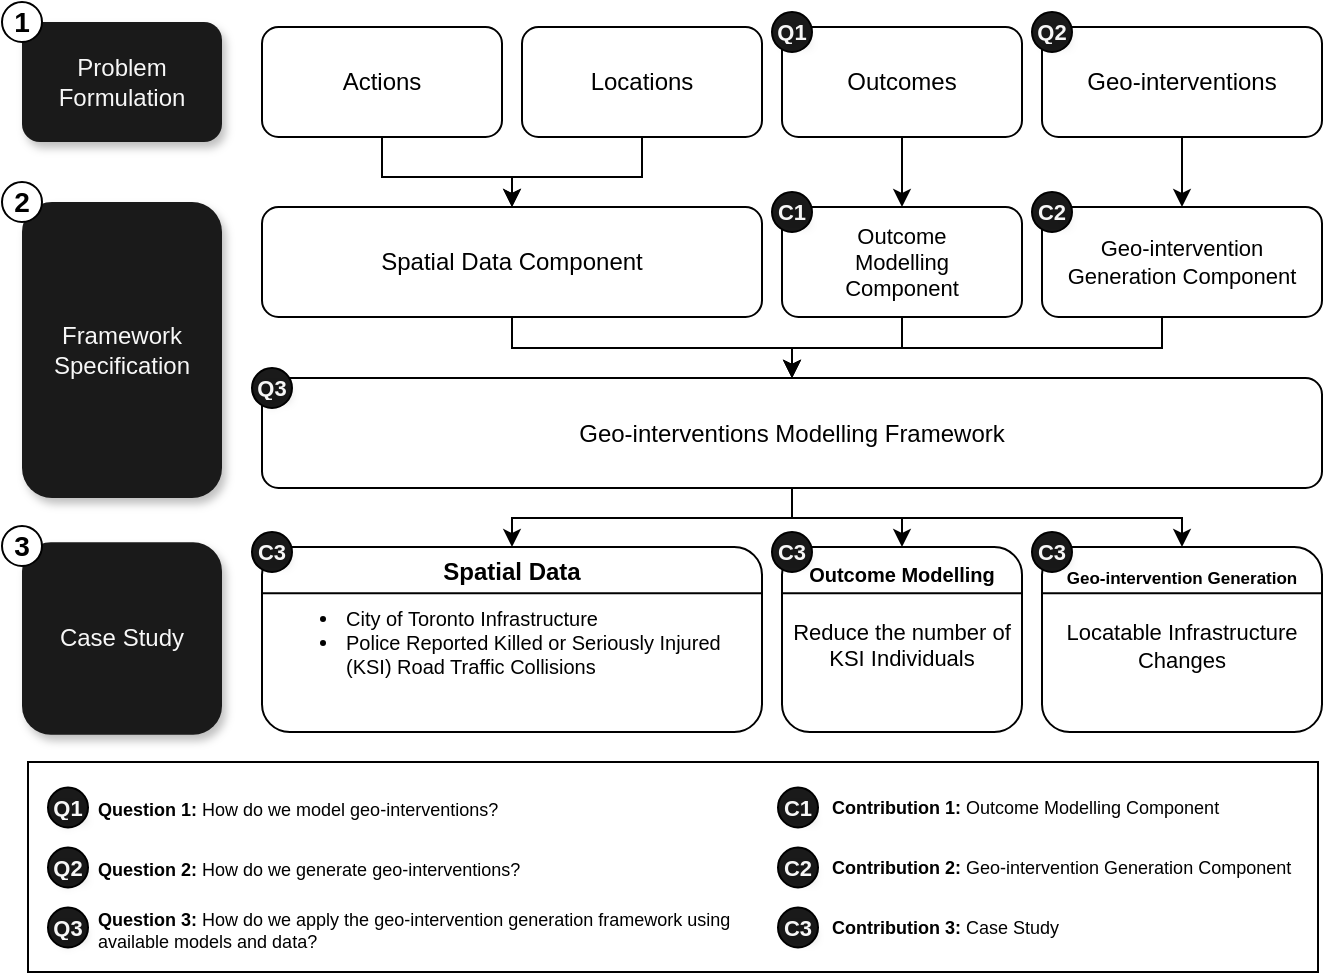
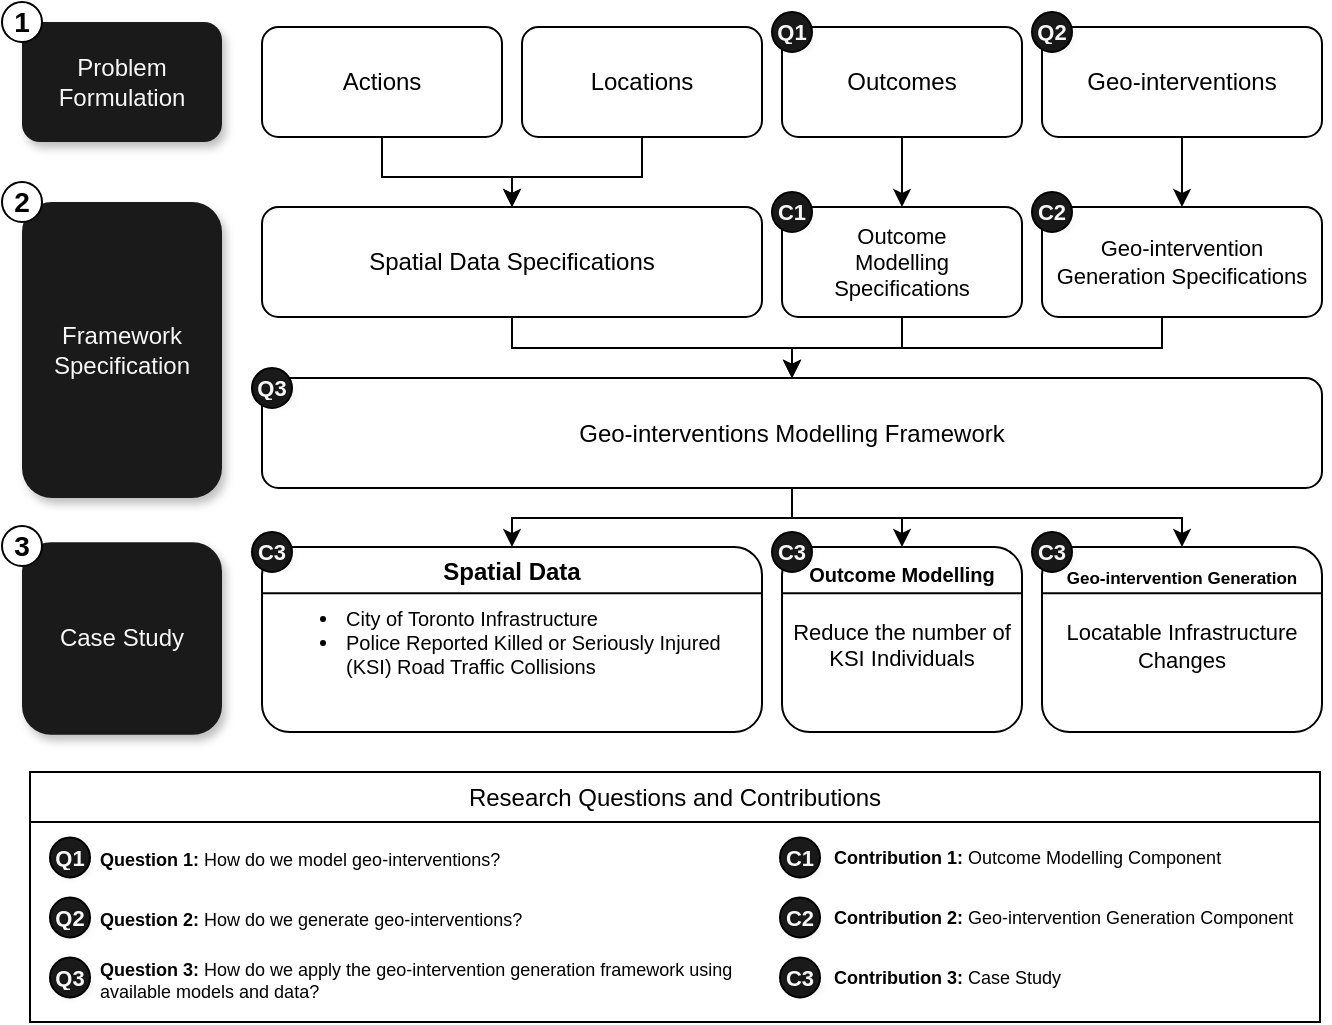
<mxfile host="Electron" agent="Mozilla/5.0 (Macintosh; Intel Mac OS X 10_15_7) AppleWebKit/537.36 (KHTML, like Gecko) draw.io/25.0.2 Chrome/128.0.6613.186 Electron/32.2.5 Safari/537.36" version="25.0.2">
  <diagram name="Page-1" id="0qjr7ZUGg_4bMqxcBNFo">
-     <mxGraphModel dx="1158" dy="774" grid="1" gridSize="5" guides="1" tooltips="1" connect="1" arrows="1" fold="1" page="1" pageScale="1" pageWidth="675" pageHeight="500" math="0" shadow="0">
+     <mxGraphModel dx="984" dy="658" grid="1" gridSize="5" guides="1" tooltips="1" connect="1" arrows="1" fold="1" page="1" pageScale="1" pageWidth="675" pageHeight="525" math="0" shadow="0">
      <root>
        <mxCell id="0" />
        <mxCell id="1" parent="0" />
-         <mxCell id="xfSVQfPkWPObZ8wr6tTD-67" value="" style="rounded=0;whiteSpace=wrap;html=1;" vertex="1" parent="1">
-           <mxGeometry x="19" y="385" width="645" height="105" as="geometry" />
-         </mxCell>
-         <mxCell id="xfSVQfPkWPObZ8wr6tTD-12" value="Problem Formulation" style="rounded=1;whiteSpace=wrap;html=1;fillColor=#1A1A1A;strokeColor=none;shadow=1;fontColor=#F7F7F7;" vertex="1" parent="1">
+         <mxCell id="xfSVQfPkWPObZ8wr6tTD-67" value="" style="rounded=0;whiteSpace=wrap;html=1;" parent="1" vertex="1">
+           <mxGeometry x="20" y="415" width="645" height="100" as="geometry" />
+         </mxCell>
+         <mxCell id="xfSVQfPkWPObZ8wr6tTD-12" value="Problem Formulation" style="rounded=1;whiteSpace=wrap;html=1;fillColor=#1A1A1A;strokeColor=none;shadow=1;fontColor=#F7F7F7;" parent="1" vertex="1">
          <mxGeometry x="16" y="15" width="100" height="60" as="geometry" />
        </mxCell>
-         <mxCell id="xfSVQfPkWPObZ8wr6tTD-13" value="Framework Specification" style="rounded=1;whiteSpace=wrap;html=1;fillColor=#1A1A1A;strokeColor=none;shadow=1;fontColor=#F7F7F7;" vertex="1" parent="1">
+         <mxCell id="xfSVQfPkWPObZ8wr6tTD-13" value="Framework Specification" style="rounded=1;whiteSpace=wrap;html=1;fillColor=#1A1A1A;strokeColor=none;shadow=1;fontColor=#F7F7F7;" parent="1" vertex="1">
          <mxGeometry x="16" y="105" width="100" height="148" as="geometry" />
        </mxCell>
-         <mxCell id="xfSVQfPkWPObZ8wr6tTD-26" style="edgeStyle=orthogonalEdgeStyle;rounded=0;orthogonalLoop=1;jettySize=auto;html=1;entryX=0.5;entryY=0;entryDx=0;entryDy=0;" edge="1" parent="1" source="xfSVQfPkWPObZ8wr6tTD-16" target="xfSVQfPkWPObZ8wr6tTD-21">
-           <mxGeometry relative="1" as="geometry" />
-         </mxCell>
-         <mxCell id="xfSVQfPkWPObZ8wr6tTD-16" value="Actions" style="rounded=1;whiteSpace=wrap;html=1;" vertex="1" parent="1">
+         <mxCell id="xfSVQfPkWPObZ8wr6tTD-26" style="edgeStyle=orthogonalEdgeStyle;rounded=0;orthogonalLoop=1;jettySize=auto;html=1;entryX=0.5;entryY=0;entryDx=0;entryDy=0;" parent="1" source="xfSVQfPkWPObZ8wr6tTD-16" target="xfSVQfPkWPObZ8wr6tTD-21" edge="1">
+           <mxGeometry relative="1" as="geometry" />
+         </mxCell>
+         <mxCell id="xfSVQfPkWPObZ8wr6tTD-16" value="Actions" style="rounded=1;whiteSpace=wrap;html=1;" parent="1" vertex="1">
          <mxGeometry x="136" y="17.5" width="120" height="55" as="geometry" />
        </mxCell>
-         <mxCell id="xfSVQfPkWPObZ8wr6tTD-27" style="edgeStyle=orthogonalEdgeStyle;rounded=0;orthogonalLoop=1;jettySize=auto;html=1;" edge="1" parent="1" source="xfSVQfPkWPObZ8wr6tTD-17" target="xfSVQfPkWPObZ8wr6tTD-21">
-           <mxGeometry relative="1" as="geometry" />
-         </mxCell>
-         <mxCell id="xfSVQfPkWPObZ8wr6tTD-17" value="Locations" style="rounded=1;whiteSpace=wrap;html=1;" vertex="1" parent="1">
+         <mxCell id="xfSVQfPkWPObZ8wr6tTD-27" style="edgeStyle=orthogonalEdgeStyle;rounded=0;orthogonalLoop=1;jettySize=auto;html=1;" parent="1" source="xfSVQfPkWPObZ8wr6tTD-17" target="xfSVQfPkWPObZ8wr6tTD-21" edge="1">
+           <mxGeometry relative="1" as="geometry" />
+         </mxCell>
+         <mxCell id="xfSVQfPkWPObZ8wr6tTD-17" value="Locations" style="rounded=1;whiteSpace=wrap;html=1;" parent="1" vertex="1">
          <mxGeometry x="266" y="17.5" width="120" height="55" as="geometry" />
        </mxCell>
-         <mxCell id="xfSVQfPkWPObZ8wr6tTD-28" style="edgeStyle=orthogonalEdgeStyle;rounded=0;orthogonalLoop=1;jettySize=auto;html=1;entryX=0.5;entryY=0;entryDx=0;entryDy=0;" edge="1" parent="1" source="xfSVQfPkWPObZ8wr6tTD-18" target="xfSVQfPkWPObZ8wr6tTD-22">
-           <mxGeometry relative="1" as="geometry" />
-         </mxCell>
-         <mxCell id="xfSVQfPkWPObZ8wr6tTD-18" value="Outcomes" style="rounded=1;whiteSpace=wrap;html=1;" vertex="1" parent="1">
+         <mxCell id="xfSVQfPkWPObZ8wr6tTD-28" style="edgeStyle=orthogonalEdgeStyle;rounded=0;orthogonalLoop=1;jettySize=auto;html=1;entryX=0.5;entryY=0;entryDx=0;entryDy=0;" parent="1" source="xfSVQfPkWPObZ8wr6tTD-18" target="xfSVQfPkWPObZ8wr6tTD-22" edge="1">
+           <mxGeometry relative="1" as="geometry" />
+         </mxCell>
+         <mxCell id="xfSVQfPkWPObZ8wr6tTD-18" value="Outcomes" style="rounded=1;whiteSpace=wrap;html=1;" parent="1" vertex="1">
          <mxGeometry x="396" y="17.5" width="120" height="55" as="geometry" />
        </mxCell>
-         <mxCell id="xfSVQfPkWPObZ8wr6tTD-29" style="edgeStyle=orthogonalEdgeStyle;rounded=0;orthogonalLoop=1;jettySize=auto;html=1;entryX=0.5;entryY=0;entryDx=0;entryDy=0;" edge="1" parent="1" source="xfSVQfPkWPObZ8wr6tTD-19" target="xfSVQfPkWPObZ8wr6tTD-23">
-           <mxGeometry relative="1" as="geometry" />
-         </mxCell>
-         <mxCell id="xfSVQfPkWPObZ8wr6tTD-19" value="Geo-interventions" style="rounded=1;whiteSpace=wrap;html=1;" vertex="1" parent="1">
+         <mxCell id="xfSVQfPkWPObZ8wr6tTD-29" style="edgeStyle=orthogonalEdgeStyle;rounded=0;orthogonalLoop=1;jettySize=auto;html=1;entryX=0.5;entryY=0;entryDx=0;entryDy=0;" parent="1" source="xfSVQfPkWPObZ8wr6tTD-19" target="xfSVQfPkWPObZ8wr6tTD-23" edge="1">
+           <mxGeometry relative="1" as="geometry" />
+         </mxCell>
+         <mxCell id="xfSVQfPkWPObZ8wr6tTD-19" value="Geo-interventions" style="rounded=1;whiteSpace=wrap;html=1;" parent="1" vertex="1">
          <mxGeometry x="526" y="17.5" width="140" height="55" as="geometry" />
        </mxCell>
-         <mxCell id="xfSVQfPkWPObZ8wr6tTD-46" style="edgeStyle=orthogonalEdgeStyle;rounded=0;orthogonalLoop=1;jettySize=auto;html=1;entryX=0.5;entryY=0;entryDx=0;entryDy=0;" edge="1" parent="1" source="xfSVQfPkWPObZ8wr6tTD-21" target="xfSVQfPkWPObZ8wr6tTD-41">
+         <mxCell id="xfSVQfPkWPObZ8wr6tTD-46" style="edgeStyle=orthogonalEdgeStyle;rounded=0;orthogonalLoop=1;jettySize=auto;html=1;entryX=0.5;entryY=0;entryDx=0;entryDy=0;" parent="1" source="xfSVQfPkWPObZ8wr6tTD-21" target="xfSVQfPkWPObZ8wr6tTD-41" edge="1">
          <mxGeometry relative="1" as="geometry">
            <Array as="points">
              <mxPoint x="261" y="178" />
              <mxPoint x="401" y="178" />
            </Array>
          </mxGeometry>
        </mxCell>
-         <mxCell id="xfSVQfPkWPObZ8wr6tTD-21" value="Spatial Data Component" style="rounded=1;whiteSpace=wrap;html=1;" vertex="1" parent="1">
+         <mxCell id="xfSVQfPkWPObZ8wr6tTD-21" value="Spatial Data Specifications" style="rounded=1;whiteSpace=wrap;html=1;" parent="1" vertex="1">
          <mxGeometry x="136" y="107.5" width="250" height="55" as="geometry" />
        </mxCell>
-         <mxCell id="xfSVQfPkWPObZ8wr6tTD-47" style="edgeStyle=orthogonalEdgeStyle;rounded=0;orthogonalLoop=1;jettySize=auto;html=1;entryX=0.5;entryY=0;entryDx=0;entryDy=0;" edge="1" parent="1" source="xfSVQfPkWPObZ8wr6tTD-22" target="xfSVQfPkWPObZ8wr6tTD-41">
+         <mxCell id="xfSVQfPkWPObZ8wr6tTD-47" style="edgeStyle=orthogonalEdgeStyle;rounded=0;orthogonalLoop=1;jettySize=auto;html=1;entryX=0.5;entryY=0;entryDx=0;entryDy=0;" parent="1" source="xfSVQfPkWPObZ8wr6tTD-22" target="xfSVQfPkWPObZ8wr6tTD-41" edge="1">
          <mxGeometry relative="1" as="geometry">
            <Array as="points">
              <mxPoint x="456" y="178" />
              <mxPoint x="401" y="178" />
            </Array>
          </mxGeometry>
        </mxCell>
-         <mxCell id="xfSVQfPkWPObZ8wr6tTD-22" value="Outcome&lt;div&gt;Modelling&lt;/div&gt;&lt;div&gt;Component&lt;/div&gt;" style="rounded=1;whiteSpace=wrap;html=1;fontSize=11;" vertex="1" parent="1">
+         <mxCell id="xfSVQfPkWPObZ8wr6tTD-22" value="Outcome&lt;div&gt;Modelling&lt;/div&gt;&lt;div&gt;Specifications&lt;/div&gt;" style="rounded=1;whiteSpace=wrap;html=1;fontSize=11;" parent="1" vertex="1">
          <mxGeometry x="396" y="107.5" width="120" height="55" as="geometry" />
        </mxCell>
-         <mxCell id="xfSVQfPkWPObZ8wr6tTD-48" style="edgeStyle=orthogonalEdgeStyle;rounded=0;orthogonalLoop=1;jettySize=auto;html=1;entryX=0.5;entryY=0;entryDx=0;entryDy=0;" edge="1" parent="1" source="xfSVQfPkWPObZ8wr6tTD-23" target="xfSVQfPkWPObZ8wr6tTD-41">
+         <mxCell id="xfSVQfPkWPObZ8wr6tTD-48" style="edgeStyle=orthogonalEdgeStyle;rounded=0;orthogonalLoop=1;jettySize=auto;html=1;entryX=0.5;entryY=0;entryDx=0;entryDy=0;" parent="1" source="xfSVQfPkWPObZ8wr6tTD-23" target="xfSVQfPkWPObZ8wr6tTD-41" edge="1">
          <mxGeometry relative="1" as="geometry">
            <Array as="points">
              <mxPoint x="586" y="178" />
              <mxPoint x="401" y="178" />
            </Array>
          </mxGeometry>
        </mxCell>
-         <mxCell id="xfSVQfPkWPObZ8wr6tTD-23" value="Geo-intervention Generation Component" style="rounded=1;whiteSpace=wrap;html=1;fontSize=11;" vertex="1" parent="1">
+         <mxCell id="xfSVQfPkWPObZ8wr6tTD-23" value="Geo-intervention Generation Specifications" style="rounded=1;whiteSpace=wrap;html=1;fontSize=11;" parent="1" vertex="1">
          <mxGeometry x="526" y="107.5" width="140" height="55" as="geometry" />
        </mxCell>
-         <mxCell id="xfSVQfPkWPObZ8wr6tTD-30" value="&lt;div style=&quot;text-align: center;&quot;&gt;&lt;font style=&quot;font-size: 12px;&quot;&gt;&lt;b&gt;Spatial Data&lt;/b&gt;&lt;/font&gt;&lt;/div&gt;&lt;ul&gt;&lt;li&gt;City of Toronto Infrastructure&lt;/li&gt;&lt;li&gt;Police Reported Killed or Seriously Injured (KSI) Road Traffic Collisions&lt;/li&gt;&lt;/ul&gt;" style="rounded=1;whiteSpace=wrap;html=1;fontSize=10;align=left;spacingRight=2;spacingTop=-12;" vertex="1" parent="1">
+         <mxCell id="xfSVQfPkWPObZ8wr6tTD-30" value="&lt;div style=&quot;text-align: center;&quot;&gt;&lt;font style=&quot;font-size: 12px;&quot;&gt;&lt;b&gt;Spatial Data&lt;/b&gt;&lt;/font&gt;&lt;/div&gt;&lt;ul&gt;&lt;li&gt;City of Toronto Infrastructure&lt;/li&gt;&lt;li&gt;Police Reported Killed or Seriously Injured (KSI) Road Traffic Collisions&lt;/li&gt;&lt;/ul&gt;" style="rounded=1;whiteSpace=wrap;html=1;fontSize=10;align=left;spacingRight=2;spacingTop=-12;" parent="1" vertex="1">
          <mxGeometry x="136" y="277.5" width="250" height="92.5" as="geometry" />
        </mxCell>
-         <mxCell id="xfSVQfPkWPObZ8wr6tTD-31" value="&lt;div&gt;&lt;font style=&quot;font-size: 10px;&quot;&gt;&lt;b style=&quot;&quot;&gt;Outcome&amp;nbsp;&lt;/b&gt;&lt;b style=&quot;background-color: initial; line-height: 210%;&quot;&gt;Modelling&lt;/b&gt;&lt;/font&gt;&lt;/div&gt;&lt;font style=&quot;&quot;&gt;&lt;div style=&quot;font-size: 10px;&quot;&gt;&lt;br&gt;&lt;/div&gt;&lt;div style=&quot;font-size: 10px;&quot;&gt;&lt;span style=&quot;font-size: 11px; background-color: initial;&quot;&gt;Reduce the number of KSI Individuals&lt;/span&gt;&lt;br&gt;&lt;/div&gt;&lt;/font&gt;" style="rounded=1;whiteSpace=wrap;html=1;verticalAlign=top;spacingTop=-4;" vertex="1" parent="1">
+         <mxCell id="xfSVQfPkWPObZ8wr6tTD-31" value="&lt;div&gt;&lt;font style=&quot;font-size: 10px;&quot;&gt;&lt;b style=&quot;&quot;&gt;Outcome&amp;nbsp;&lt;/b&gt;&lt;b style=&quot;background-color: initial; line-height: 210%;&quot;&gt;Modelling&lt;/b&gt;&lt;/font&gt;&lt;/div&gt;&lt;font style=&quot;&quot;&gt;&lt;div style=&quot;font-size: 10px;&quot;&gt;&lt;br&gt;&lt;/div&gt;&lt;div style=&quot;font-size: 10px;&quot;&gt;&lt;span style=&quot;font-size: 11px; background-color: initial;&quot;&gt;Reduce the number of KSI Individuals&lt;/span&gt;&lt;br&gt;&lt;/div&gt;&lt;/font&gt;" style="rounded=1;whiteSpace=wrap;html=1;verticalAlign=top;spacingTop=-4;" parent="1" vertex="1">
          <mxGeometry x="396" y="277.5" width="120" height="92.5" as="geometry" />
        </mxCell>
-         <mxCell id="xfSVQfPkWPObZ8wr6tTD-33" value="&lt;div&gt;&lt;font style=&quot;font-size: 8.5px;&quot;&gt;&lt;b style=&quot;&quot;&gt;&lt;font style=&quot;line-height: 180%;&quot;&gt;Geo-intervention&amp;nbsp;&lt;/font&gt;&lt;/b&gt;&lt;b style=&quot;background-color: initial;&quot;&gt;&lt;font style=&quot;&quot;&gt;Generation&lt;/font&gt;&lt;/b&gt;&lt;/font&gt;&lt;/div&gt;&lt;font style=&quot;font-size: 11px;&quot;&gt;&lt;div&gt;&lt;br&gt;&lt;/div&gt;&lt;div&gt;&lt;span style=&quot;background-color: initial;&quot;&gt;Locatable Infrastructure Changes&lt;/span&gt;&lt;br&gt;&lt;/div&gt;&lt;/font&gt;" style="rounded=1;whiteSpace=wrap;html=1;verticalAlign=top;spacingTop=0;" vertex="1" parent="1">
+         <mxCell id="xfSVQfPkWPObZ8wr6tTD-33" value="&lt;div&gt;&lt;font style=&quot;font-size: 8.5px;&quot;&gt;&lt;b style=&quot;&quot;&gt;&lt;font style=&quot;line-height: 180%;&quot;&gt;Geo-intervention&amp;nbsp;&lt;/font&gt;&lt;/b&gt;&lt;b style=&quot;background-color: initial;&quot;&gt;&lt;font style=&quot;&quot;&gt;Generation&lt;/font&gt;&lt;/b&gt;&lt;/font&gt;&lt;/div&gt;&lt;font style=&quot;font-size: 11px;&quot;&gt;&lt;div&gt;&lt;br&gt;&lt;/div&gt;&lt;div&gt;&lt;span style=&quot;background-color: initial;&quot;&gt;Locatable Infrastructure Changes&lt;/span&gt;&lt;br&gt;&lt;/div&gt;&lt;/font&gt;" style="rounded=1;whiteSpace=wrap;html=1;verticalAlign=top;spacingTop=0;" parent="1" vertex="1">
          <mxGeometry x="526" y="277.5" width="140" height="92.5" as="geometry" />
        </mxCell>
-         <mxCell id="xfSVQfPkWPObZ8wr6tTD-38" value="1" style="ellipse;whiteSpace=wrap;html=1;aspect=fixed;fontStyle=1;fontSize=14;strokeWidth=1;" vertex="1" parent="1">
+         <mxCell id="xfSVQfPkWPObZ8wr6tTD-38" value="1" style="ellipse;whiteSpace=wrap;html=1;aspect=fixed;fontStyle=1;fontSize=14;strokeWidth=1;" parent="1" vertex="1">
          <mxGeometry x="6" y="5" width="20" height="20" as="geometry" />
        </mxCell>
-         <mxCell id="xfSVQfPkWPObZ8wr6tTD-39" value="2" style="ellipse;whiteSpace=wrap;html=1;aspect=fixed;fontStyle=1;fontSize=14;strokeWidth=1;" vertex="1" parent="1">
+         <mxCell id="xfSVQfPkWPObZ8wr6tTD-39" value="2" style="ellipse;whiteSpace=wrap;html=1;aspect=fixed;fontStyle=1;fontSize=14;strokeWidth=1;" parent="1" vertex="1">
          <mxGeometry x="6" y="95" width="20" height="20" as="geometry" />
        </mxCell>
-         <mxCell id="xfSVQfPkWPObZ8wr6tTD-91" style="edgeStyle=orthogonalEdgeStyle;rounded=0;orthogonalLoop=1;jettySize=auto;html=1;entryX=0.5;entryY=0;entryDx=0;entryDy=0;" edge="1" parent="1" source="xfSVQfPkWPObZ8wr6tTD-41" target="xfSVQfPkWPObZ8wr6tTD-30">
+         <mxCell id="xfSVQfPkWPObZ8wr6tTD-91" style="edgeStyle=orthogonalEdgeStyle;rounded=0;orthogonalLoop=1;jettySize=auto;html=1;entryX=0.5;entryY=0;entryDx=0;entryDy=0;" parent="1" source="xfSVQfPkWPObZ8wr6tTD-41" target="xfSVQfPkWPObZ8wr6tTD-30" edge="1">
          <mxGeometry relative="1" as="geometry">
            <mxPoint x="261" y="280.5" as="targetPoint" />
            <Array as="points">
              <mxPoint x="401" y="263" />
              <mxPoint x="261" y="263" />
            </Array>
          </mxGeometry>
        </mxCell>
-         <mxCell id="xfSVQfPkWPObZ8wr6tTD-92" style="edgeStyle=orthogonalEdgeStyle;rounded=0;orthogonalLoop=1;jettySize=auto;html=1;entryX=0.5;entryY=0;entryDx=0;entryDy=0;" edge="1" parent="1" source="xfSVQfPkWPObZ8wr6tTD-41" target="xfSVQfPkWPObZ8wr6tTD-31">
+         <mxCell id="xfSVQfPkWPObZ8wr6tTD-92" style="edgeStyle=orthogonalEdgeStyle;rounded=0;orthogonalLoop=1;jettySize=auto;html=1;entryX=0.5;entryY=0;entryDx=0;entryDy=0;" parent="1" source="xfSVQfPkWPObZ8wr6tTD-41" target="xfSVQfPkWPObZ8wr6tTD-31" edge="1">
          <mxGeometry relative="1" as="geometry">
            <mxPoint x="456" y="280.5" as="targetPoint" />
            <Array as="points">
              <mxPoint x="401" y="263" />
              <mxPoint x="456" y="263" />
            </Array>
          </mxGeometry>
        </mxCell>
-         <mxCell id="xfSVQfPkWPObZ8wr6tTD-93" style="edgeStyle=orthogonalEdgeStyle;rounded=0;orthogonalLoop=1;jettySize=auto;html=1;entryX=0.5;entryY=0;entryDx=0;entryDy=0;" edge="1" parent="1" source="xfSVQfPkWPObZ8wr6tTD-41" target="xfSVQfPkWPObZ8wr6tTD-33">
+         <mxCell id="xfSVQfPkWPObZ8wr6tTD-93" style="edgeStyle=orthogonalEdgeStyle;rounded=0;orthogonalLoop=1;jettySize=auto;html=1;entryX=0.5;entryY=0;entryDx=0;entryDy=0;" parent="1" source="xfSVQfPkWPObZ8wr6tTD-41" target="xfSVQfPkWPObZ8wr6tTD-33" edge="1">
          <mxGeometry relative="1" as="geometry">
            <mxPoint x="596" y="280.5" as="targetPoint" />
            <Array as="points">
              <mxPoint x="401" y="263" />
              <mxPoint x="596" y="263" />
            </Array>
          </mxGeometry>
        </mxCell>
-         <mxCell id="xfSVQfPkWPObZ8wr6tTD-41" value="Geo-interventions Modelling Framework" style="rounded=1;whiteSpace=wrap;html=1;" vertex="1" parent="1">
+         <mxCell id="xfSVQfPkWPObZ8wr6tTD-41" value="Geo-interventions Modelling Framework" style="rounded=1;whiteSpace=wrap;html=1;" parent="1" vertex="1">
          <mxGeometry x="136" y="193" width="530" height="55" as="geometry" />
        </mxCell>
-         <mxCell id="xfSVQfPkWPObZ8wr6tTD-52" value="" style="endArrow=none;html=1;rounded=0;exitX=0;exitY=0.25;exitDx=0;exitDy=0;entryX=1;entryY=0.25;entryDx=0;entryDy=0;" edge="1" parent="1" source="xfSVQfPkWPObZ8wr6tTD-30" target="xfSVQfPkWPObZ8wr6tTD-30">
+         <mxCell id="xfSVQfPkWPObZ8wr6tTD-52" value="" style="endArrow=none;html=1;rounded=0;exitX=0;exitY=0.25;exitDx=0;exitDy=0;entryX=1;entryY=0.25;entryDx=0;entryDy=0;" parent="1" source="xfSVQfPkWPObZ8wr6tTD-30" target="xfSVQfPkWPObZ8wr6tTD-30" edge="1">
          <mxGeometry width="50" height="50" relative="1" as="geometry">
            <mxPoint x="286" y="285" as="sourcePoint" />
            <mxPoint x="336" y="235" as="targetPoint" />
          </mxGeometry>
        </mxCell>
-         <mxCell id="xfSVQfPkWPObZ8wr6tTD-53" value="" style="endArrow=none;html=1;rounded=0;exitX=0;exitY=0.25;exitDx=0;exitDy=0;entryX=1;entryY=0.25;entryDx=0;entryDy=0;" edge="1" parent="1" source="xfSVQfPkWPObZ8wr6tTD-31" target="xfSVQfPkWPObZ8wr6tTD-31">
+         <mxCell id="xfSVQfPkWPObZ8wr6tTD-53" value="" style="endArrow=none;html=1;rounded=0;exitX=0;exitY=0.25;exitDx=0;exitDy=0;entryX=1;entryY=0.25;entryDx=0;entryDy=0;" parent="1" source="xfSVQfPkWPObZ8wr6tTD-31" target="xfSVQfPkWPObZ8wr6tTD-31" edge="1">
          <mxGeometry width="50" height="50" relative="1" as="geometry">
            <mxPoint x="141" y="307" as="sourcePoint" />
            <mxPoint x="391" y="307" as="targetPoint" />
          </mxGeometry>
        </mxCell>
-         <mxCell id="xfSVQfPkWPObZ8wr6tTD-54" value="" style="endArrow=none;html=1;rounded=0;exitX=0;exitY=0.25;exitDx=0;exitDy=0;entryX=1;entryY=0.25;entryDx=0;entryDy=0;" edge="1" parent="1" source="xfSVQfPkWPObZ8wr6tTD-33" target="xfSVQfPkWPObZ8wr6tTD-33">
+         <mxCell id="xfSVQfPkWPObZ8wr6tTD-54" value="" style="endArrow=none;html=1;rounded=0;exitX=0;exitY=0.25;exitDx=0;exitDy=0;entryX=1;entryY=0.25;entryDx=0;entryDy=0;" parent="1" source="xfSVQfPkWPObZ8wr6tTD-33" target="xfSVQfPkWPObZ8wr6tTD-33" edge="1">
          <mxGeometry width="50" height="50" relative="1" as="geometry">
            <mxPoint x="401" y="307" as="sourcePoint" />
            <mxPoint x="521" y="307" as="targetPoint" />
          </mxGeometry>
        </mxCell>
-         <mxCell id="xfSVQfPkWPObZ8wr6tTD-57" value="Q1" style="ellipse;whiteSpace=wrap;html=1;aspect=fixed;fontStyle=1;fontSize=11;strokeWidth=1;fillColor=#1A1A1A;fontColor=#F7F7F7;textShadow=1;" vertex="1" parent="1">
+         <mxCell id="xfSVQfPkWPObZ8wr6tTD-57" value="Q1" style="ellipse;whiteSpace=wrap;html=1;aspect=fixed;fontStyle=1;fontSize=11;strokeWidth=1;fillColor=#1A1A1A;fontColor=#F7F7F7;textShadow=1;" parent="1" vertex="1">
          <mxGeometry x="391" y="10" width="20" height="20" as="geometry" />
        </mxCell>
-         <mxCell id="xfSVQfPkWPObZ8wr6tTD-58" value="C1" style="ellipse;whiteSpace=wrap;html=1;aspect=fixed;fontStyle=1;fontSize=11;strokeWidth=1;fillColor=#1A1A1A;fontColor=#F7F7F7;textShadow=1;" vertex="1" parent="1">
+         <mxCell id="xfSVQfPkWPObZ8wr6tTD-58" value="C1" style="ellipse;whiteSpace=wrap;html=1;aspect=fixed;fontStyle=1;fontSize=11;strokeWidth=1;fillColor=#1A1A1A;fontColor=#F7F7F7;textShadow=1;" parent="1" vertex="1">
          <mxGeometry x="391" y="100" width="20" height="20" as="geometry" />
        </mxCell>
-         <mxCell id="xfSVQfPkWPObZ8wr6tTD-59" value="C2" style="ellipse;whiteSpace=wrap;html=1;aspect=fixed;fontStyle=1;fontSize=11;strokeWidth=1;fillColor=#1A1A1A;fontColor=#F7F7F7;textShadow=1;" vertex="1" parent="1">
+         <mxCell id="xfSVQfPkWPObZ8wr6tTD-59" value="C2" style="ellipse;whiteSpace=wrap;html=1;aspect=fixed;fontStyle=1;fontSize=11;strokeWidth=1;fillColor=#1A1A1A;fontColor=#F7F7F7;textShadow=1;" parent="1" vertex="1">
          <mxGeometry x="521" y="100" width="20" height="20" as="geometry" />
        </mxCell>
-         <mxCell id="xfSVQfPkWPObZ8wr6tTD-60" value="Q2" style="ellipse;whiteSpace=wrap;html=1;aspect=fixed;fontStyle=1;fontSize=11;strokeWidth=1;fillColor=#1A1A1A;fontColor=#F7F7F7;textShadow=1;" vertex="1" parent="1">
+         <mxCell id="xfSVQfPkWPObZ8wr6tTD-60" value="Q2" style="ellipse;whiteSpace=wrap;html=1;aspect=fixed;fontStyle=1;fontSize=11;strokeWidth=1;fillColor=#1A1A1A;fontColor=#F7F7F7;textShadow=1;" parent="1" vertex="1">
          <mxGeometry x="521" y="10" width="20" height="20" as="geometry" />
        </mxCell>
-         <mxCell id="xfSVQfPkWPObZ8wr6tTD-61" value="C3" style="ellipse;whiteSpace=wrap;html=1;aspect=fixed;fontStyle=1;fontSize=11;strokeWidth=1;fillColor=#1A1A1A;fontColor=#F7F7F7;textShadow=1;" vertex="1" parent="1">
+         <mxCell id="xfSVQfPkWPObZ8wr6tTD-61" value="C3" style="ellipse;whiteSpace=wrap;html=1;aspect=fixed;fontStyle=1;fontSize=11;strokeWidth=1;fillColor=#1A1A1A;fontColor=#F7F7F7;textShadow=1;" parent="1" vertex="1">
          <mxGeometry x="131" y="270" width="20" height="20" as="geometry" />
        </mxCell>
-         <mxCell id="xfSVQfPkWPObZ8wr6tTD-62" value="C3" style="ellipse;whiteSpace=wrap;html=1;aspect=fixed;fontStyle=1;fontSize=11;strokeWidth=1;fillColor=#1A1A1A;fontColor=#F7F7F7;textShadow=1;" vertex="1" parent="1">
+         <mxCell id="xfSVQfPkWPObZ8wr6tTD-62" value="C3" style="ellipse;whiteSpace=wrap;html=1;aspect=fixed;fontStyle=1;fontSize=11;strokeWidth=1;fillColor=#1A1A1A;fontColor=#F7F7F7;textShadow=1;" parent="1" vertex="1">
          <mxGeometry x="391" y="270" width="20" height="20" as="geometry" />
        </mxCell>
-         <mxCell id="xfSVQfPkWPObZ8wr6tTD-63" value="C3" style="ellipse;whiteSpace=wrap;html=1;aspect=fixed;fontStyle=1;fontSize=11;strokeWidth=1;fillColor=#1A1A1A;fontColor=#F7F7F7;textShadow=1;" vertex="1" parent="1">
+         <mxCell id="xfSVQfPkWPObZ8wr6tTD-63" value="C3" style="ellipse;whiteSpace=wrap;html=1;aspect=fixed;fontStyle=1;fontSize=11;strokeWidth=1;fillColor=#1A1A1A;fontColor=#F7F7F7;textShadow=1;" parent="1" vertex="1">
          <mxGeometry x="521" y="270" width="20" height="20" as="geometry" />
        </mxCell>
-         <mxCell id="xfSVQfPkWPObZ8wr6tTD-64" value="Q3" style="ellipse;whiteSpace=wrap;html=1;aspect=fixed;fontStyle=1;fontSize=11;strokeWidth=1;fillColor=#1A1A1A;fontColor=#F7F7F7;textShadow=1;" vertex="1" parent="1">
+         <mxCell id="xfSVQfPkWPObZ8wr6tTD-64" value="Q3" style="ellipse;whiteSpace=wrap;html=1;aspect=fixed;fontStyle=1;fontSize=11;strokeWidth=1;fillColor=#1A1A1A;fontColor=#F7F7F7;textShadow=1;" parent="1" vertex="1">
          <mxGeometry x="131" y="188" width="20" height="20" as="geometry" />
        </mxCell>
-         <mxCell id="xfSVQfPkWPObZ8wr6tTD-65" value="Q1" style="ellipse;whiteSpace=wrap;html=1;aspect=fixed;fontStyle=1;fontSize=11;strokeWidth=1;fillColor=#1A1A1A;fontColor=#F7F7F7;textShadow=1;" vertex="1" parent="1">
-           <mxGeometry x="29" y="397.75" width="20" height="20" as="geometry" />
-         </mxCell>
-         <mxCell id="xfSVQfPkWPObZ8wr6tTD-66" value="&lt;b&gt;Question 1:&lt;/b&gt;&amp;nbsp;How do we model geo-interventions?" style="text;align=left;verticalAlign=middle;rounded=0;fontSize=9;spacingLeft=10;spacing=0;whiteSpace=wrap;html=1;" vertex="1" parent="1">
-           <mxGeometry x="44" y="395" width="345" height="27.5" as="geometry" />
-         </mxCell>
-         <mxCell id="xfSVQfPkWPObZ8wr6tTD-68" value="Q2" style="ellipse;whiteSpace=wrap;html=1;aspect=fixed;fontStyle=1;fontSize=11;strokeWidth=1;fillColor=#1A1A1A;fontColor=#F7F7F7;textShadow=1;" vertex="1" parent="1">
-           <mxGeometry x="29" y="427.75" width="20" height="20" as="geometry" />
-         </mxCell>
-         <mxCell id="xfSVQfPkWPObZ8wr6tTD-70" value="Q3" style="ellipse;whiteSpace=wrap;html=1;aspect=fixed;fontStyle=1;fontSize=11;strokeWidth=1;fillColor=#1A1A1A;fontColor=#F7F7F7;textShadow=1;" vertex="1" parent="1">
-           <mxGeometry x="29" y="457.75" width="20" height="20" as="geometry" />
-         </mxCell>
-         <mxCell id="xfSVQfPkWPObZ8wr6tTD-72" value="C1" style="ellipse;whiteSpace=wrap;html=1;aspect=fixed;fontStyle=1;fontSize=11;strokeWidth=1;fillColor=#1A1A1A;fontColor=#F7F7F7;textShadow=1;" vertex="1" parent="1">
-           <mxGeometry x="394" y="397.75" width="20" height="20" as="geometry" />
-         </mxCell>
-         <mxCell id="xfSVQfPkWPObZ8wr6tTD-73" value="&lt;b&gt;Contribution 1:&lt;/b&gt; Outcome Modelling Component" style="text;html=1;align=left;verticalAlign=middle;whiteSpace=wrap;rounded=0;fontSize=9;spacingLeft=10;" vertex="1" parent="1">
-           <mxGeometry x="409" y="400.25" width="255" height="15" as="geometry" />
-         </mxCell>
-         <mxCell id="xfSVQfPkWPObZ8wr6tTD-74" value="C2" style="ellipse;whiteSpace=wrap;html=1;aspect=fixed;fontStyle=1;fontSize=11;strokeWidth=1;fillColor=#1A1A1A;fontColor=#F7F7F7;textShadow=1;" vertex="1" parent="1">
-           <mxGeometry x="394" y="427.75" width="20" height="20" as="geometry" />
-         </mxCell>
-         <mxCell id="xfSVQfPkWPObZ8wr6tTD-75" value="&lt;b&gt;Contribution 2:&lt;/b&gt; Geo-intervention Generation Component" style="text;html=1;align=left;verticalAlign=middle;whiteSpace=wrap;rounded=0;fontSize=9;spacingLeft=10;" vertex="1" parent="1">
-           <mxGeometry x="409" y="430.25" width="260" height="15" as="geometry" />
-         </mxCell>
-         <mxCell id="xfSVQfPkWPObZ8wr6tTD-76" value="C3" style="ellipse;whiteSpace=wrap;html=1;aspect=fixed;fontStyle=1;fontSize=11;strokeWidth=1;fillColor=#1A1A1A;fontColor=#F7F7F7;textShadow=1;" vertex="1" parent="1">
-           <mxGeometry x="394" y="457.75" width="20" height="20" as="geometry" />
-         </mxCell>
-         <mxCell id="xfSVQfPkWPObZ8wr6tTD-77" value="&lt;b&gt;Contribution 3:&lt;/b&gt;&amp;nbsp;Case Study" style="text;html=1;align=left;verticalAlign=middle;whiteSpace=wrap;rounded=0;fontSize=9;spacingLeft=10;" vertex="1" parent="1">
-           <mxGeometry x="409" y="460.25" width="245" height="15" as="geometry" />
-         </mxCell>
-         <mxCell id="xfSVQfPkWPObZ8wr6tTD-78" value="&lt;b&gt;Question 2:&lt;/b&gt;&amp;nbsp;How do we generate geo-interventions?" style="text;align=left;verticalAlign=middle;rounded=0;fontSize=9;spacingLeft=10;spacing=0;whiteSpace=wrap;html=1;" vertex="1" parent="1">
-           <mxGeometry x="44" y="425" width="345" height="27.5" as="geometry" />
-         </mxCell>
-         <mxCell id="xfSVQfPkWPObZ8wr6tTD-79" value="&lt;b&gt;Question 3:&lt;/b&gt;&amp;nbsp;How do we apply the geo-intervention generation framework using available models and data?" style="text;align=left;verticalAlign=middle;rounded=0;fontSize=9;spacingLeft=10;spacing=0;whiteSpace=wrap;html=1;" vertex="1" parent="1">
-           <mxGeometry x="44" y="455" width="345" height="27.5" as="geometry" />
-         </mxCell>
-         <mxCell id="xfSVQfPkWPObZ8wr6tTD-80" value="Case&amp;nbsp;&lt;span style=&quot;background-color: initial;&quot;&gt;Study&lt;/span&gt;" style="rounded=1;whiteSpace=wrap;html=1;fillColor=#1A1A1A;strokeColor=none;shadow=1;fontColor=#F7F7F7;rotation=0;" vertex="1" parent="1">
+         <mxCell id="xfSVQfPkWPObZ8wr6tTD-65" value="Q1" style="ellipse;whiteSpace=wrap;html=1;aspect=fixed;fontStyle=1;fontSize=11;strokeWidth=1;fillColor=#1A1A1A;fontColor=#F7F7F7;textShadow=1;" parent="1" vertex="1">
+           <mxGeometry x="30" y="422.75" width="20" height="20" as="geometry" />
+         </mxCell>
+         <mxCell id="xfSVQfPkWPObZ8wr6tTD-66" value="&lt;b&gt;Question 1:&lt;/b&gt;&amp;nbsp;How do we model geo-interventions?" style="text;align=left;verticalAlign=middle;rounded=0;fontSize=9;spacingLeft=10;spacing=0;whiteSpace=wrap;html=1;" parent="1" vertex="1">
+           <mxGeometry x="45" y="420" width="345" height="27.5" as="geometry" />
+         </mxCell>
+         <mxCell id="xfSVQfPkWPObZ8wr6tTD-68" value="Q2" style="ellipse;whiteSpace=wrap;html=1;aspect=fixed;fontStyle=1;fontSize=11;strokeWidth=1;fillColor=#1A1A1A;fontColor=#F7F7F7;textShadow=1;" parent="1" vertex="1">
+           <mxGeometry x="30" y="452.75" width="20" height="20" as="geometry" />
+         </mxCell>
+         <mxCell id="xfSVQfPkWPObZ8wr6tTD-70" value="Q3" style="ellipse;whiteSpace=wrap;html=1;aspect=fixed;fontStyle=1;fontSize=11;strokeWidth=1;fillColor=#1A1A1A;fontColor=#F7F7F7;textShadow=1;" parent="1" vertex="1">
+           <mxGeometry x="30" y="482.75" width="20" height="20" as="geometry" />
+         </mxCell>
+         <mxCell id="xfSVQfPkWPObZ8wr6tTD-72" value="C1" style="ellipse;whiteSpace=wrap;html=1;aspect=fixed;fontStyle=1;fontSize=11;strokeWidth=1;fillColor=#1A1A1A;fontColor=#F7F7F7;textShadow=1;" parent="1" vertex="1">
+           <mxGeometry x="395" y="422.75" width="20" height="20" as="geometry" />
+         </mxCell>
+         <mxCell id="xfSVQfPkWPObZ8wr6tTD-73" value="&lt;b&gt;Contribution 1:&lt;/b&gt; Outcome Modelling Component" style="text;html=1;align=left;verticalAlign=middle;whiteSpace=wrap;rounded=0;fontSize=9;spacingLeft=10;" parent="1" vertex="1">
+           <mxGeometry x="410" y="425.25" width="255" height="15" as="geometry" />
+         </mxCell>
+         <mxCell id="xfSVQfPkWPObZ8wr6tTD-74" value="C2" style="ellipse;whiteSpace=wrap;html=1;aspect=fixed;fontStyle=1;fontSize=11;strokeWidth=1;fillColor=#1A1A1A;fontColor=#F7F7F7;textShadow=1;" parent="1" vertex="1">
+           <mxGeometry x="395" y="452.75" width="20" height="20" as="geometry" />
+         </mxCell>
+         <mxCell id="xfSVQfPkWPObZ8wr6tTD-75" value="&lt;b&gt;Contribution 2:&lt;/b&gt; Geo-intervention Generation Component" style="text;html=1;align=left;verticalAlign=middle;whiteSpace=wrap;rounded=0;fontSize=9;spacingLeft=10;" parent="1" vertex="1">
+           <mxGeometry x="410" y="455.25" width="260" height="15" as="geometry" />
+         </mxCell>
+         <mxCell id="xfSVQfPkWPObZ8wr6tTD-76" value="C3" style="ellipse;whiteSpace=wrap;html=1;aspect=fixed;fontStyle=1;fontSize=11;strokeWidth=1;fillColor=#1A1A1A;fontColor=#F7F7F7;textShadow=1;" parent="1" vertex="1">
+           <mxGeometry x="395" y="482.75" width="20" height="20" as="geometry" />
+         </mxCell>
+         <mxCell id="xfSVQfPkWPObZ8wr6tTD-77" value="&lt;b&gt;Contribution 3:&lt;/b&gt;&amp;nbsp;Case Study" style="text;html=1;align=left;verticalAlign=middle;whiteSpace=wrap;rounded=0;fontSize=9;spacingLeft=10;" parent="1" vertex="1">
+           <mxGeometry x="410" y="485.25" width="245" height="15" as="geometry" />
+         </mxCell>
+         <mxCell id="xfSVQfPkWPObZ8wr6tTD-78" value="&lt;b&gt;Question 2:&lt;/b&gt;&amp;nbsp;How do we generate geo-interventions?" style="text;align=left;verticalAlign=middle;rounded=0;fontSize=9;spacingLeft=10;spacing=0;whiteSpace=wrap;html=1;" parent="1" vertex="1">
+           <mxGeometry x="45" y="450" width="345" height="27.5" as="geometry" />
+         </mxCell>
+         <mxCell id="xfSVQfPkWPObZ8wr6tTD-79" value="&lt;b&gt;Question 3:&lt;/b&gt;&amp;nbsp;How do we apply the geo-intervention generation framework using available models and data?" style="text;align=left;verticalAlign=middle;rounded=0;fontSize=9;spacingLeft=10;spacing=0;whiteSpace=wrap;html=1;" parent="1" vertex="1">
+           <mxGeometry x="45" y="480" width="345" height="27.5" as="geometry" />
+         </mxCell>
+         <mxCell id="xfSVQfPkWPObZ8wr6tTD-80" value="Case&amp;nbsp;&lt;span style=&quot;background-color: initial;&quot;&gt;Study&lt;/span&gt;" style="rounded=1;whiteSpace=wrap;html=1;fillColor=#1A1A1A;strokeColor=none;shadow=1;fontColor=#F7F7F7;rotation=0;" parent="1" vertex="1">
          <mxGeometry x="16" y="275.13" width="100" height="96.25" as="geometry" />
        </mxCell>
-         <mxCell id="xfSVQfPkWPObZ8wr6tTD-81" value="3" style="ellipse;whiteSpace=wrap;html=1;aspect=fixed;fontStyle=1;fontSize=14;strokeWidth=1;" vertex="1" parent="1">
+         <mxCell id="xfSVQfPkWPObZ8wr6tTD-81" value="3" style="ellipse;whiteSpace=wrap;html=1;aspect=fixed;fontStyle=1;fontSize=14;strokeWidth=1;" parent="1" vertex="1">
          <mxGeometry x="6" y="267" width="20" height="20" as="geometry" />
+         </mxCell>
+         <mxCell id="NofjgaClE1fsWoyxoZYC-1" value="Research Questions and Contributions" style="rounded=0;whiteSpace=wrap;html=1;" vertex="1" parent="1">
+           <mxGeometry x="20" y="390" width="645" height="25" as="geometry" />
        </mxCell>
      </root>
    </mxGraphModel>
  </diagram>
</mxfile>
